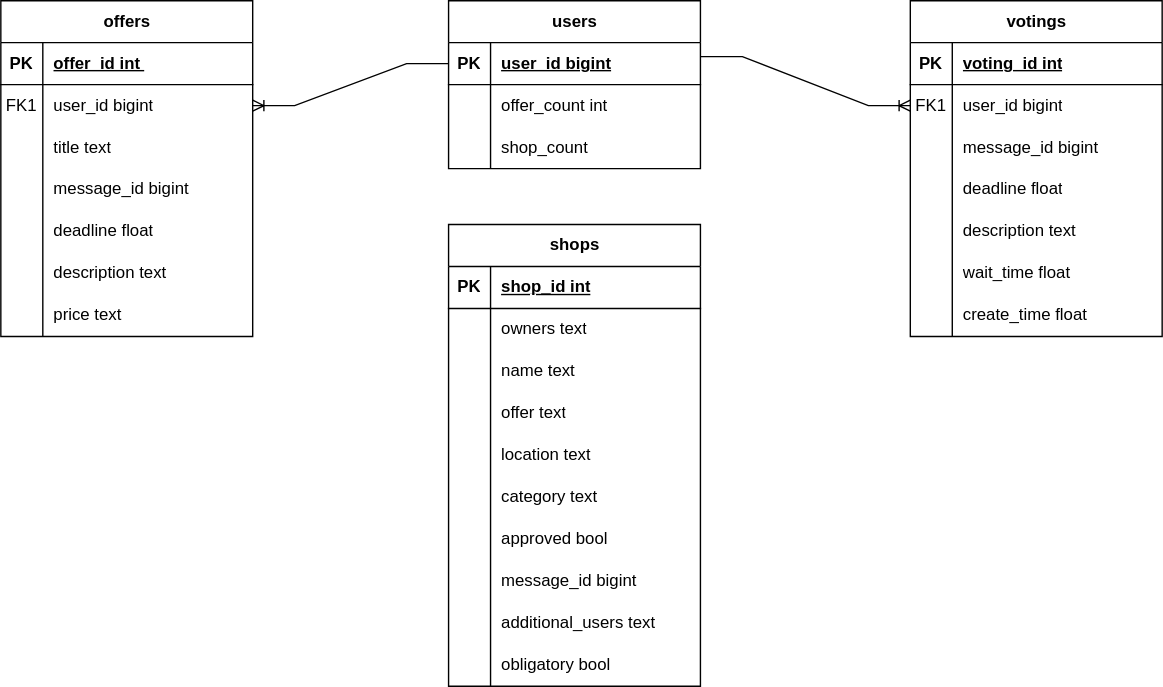
The draw.io diagram docs/ER_Community_Helper.svg in FGBxRamel/Tesserania-Handelsbot, before a commit. Source tidied: cells renumbered, new cells last; positions are measured from the earlier drawing's top-left corner, leaving out a move shared by most shapes.
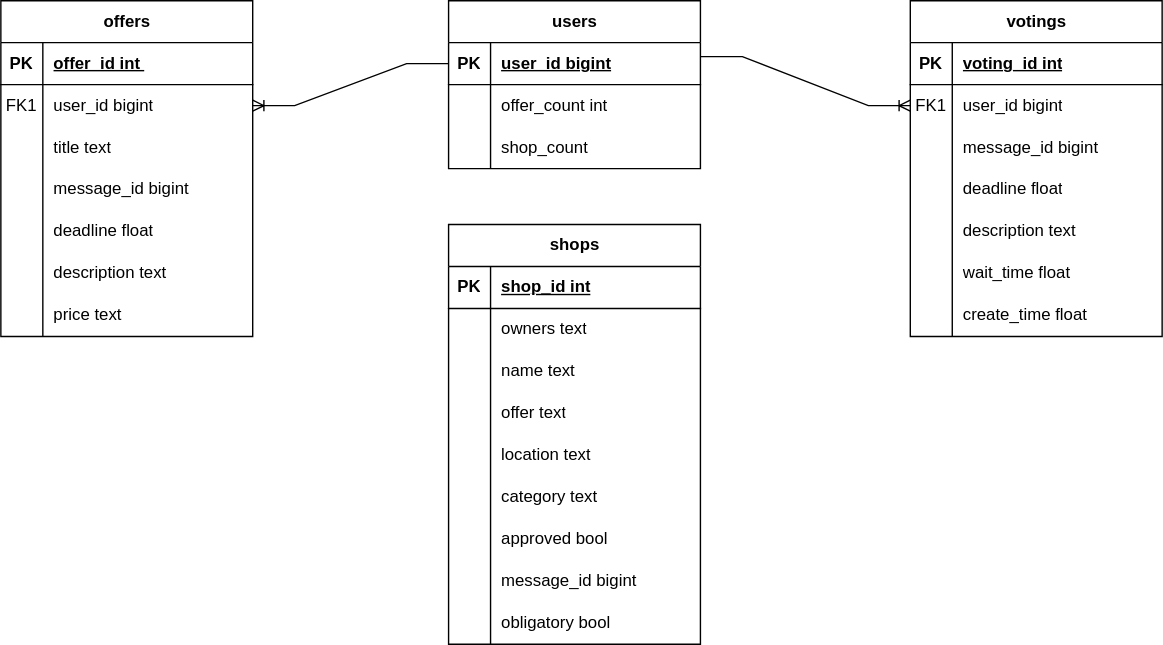
The same diagram one commit later.

Diff of the diagram source:
```diff
@@ -105,13 +105,13 @@
         </Array>
       </mxGeometry>
     </mxCell>
-    <mxCell id="35" style="edgeStyle=entityRelationEdgeStyle;fontSize=12;html=1;endArrow=ERoneToMany;rounded=0;entryX=0;entryY=0.5;entryDx=0;entryDy=0;" parent="1" edge="1" target="71">
+    <mxCell id="35" style="edgeStyle=entityRelationEdgeStyle;fontSize=12;html=1;endArrow=ERoneToMany;rounded=0;entryX=0;entryY=0.5;entryDx=0;entryDy=0;" parent="1" edge="1" target="68">
       <mxGeometry relative="1" as="geometry">
         <mxPoint x="500" y="40" as="sourcePoint" />
       </mxGeometry>
     </mxCell>
     <mxCell id="36" value="shops" style="shape=table;startSize=30;rowLines=0;fontStyle=1;align=center;html=1;" parent="1" vertex="1">
-      <mxGeometry x="320" y="160" width="180" height="330" as="geometry" />
+      <mxGeometry x="320" y="160" width="180" height="300" as="geometry" />
     </mxCell>
     <mxCell id="37" style="shape=tableRow;horizontal=0;startSize=0;swimlaneHead=0;swimlaneBody=0;fillColor=none;top=0;left=0;right=0;bottom=1;" parent="36" vertex="1">
       <mxGeometry y="30" width="180" height="30" as="geometry" />
@@ -191,83 +191,74 @@
     <mxCell id="62" style="shape=partialRectangle;fillColor=none;top=0;left=0;bottom=0;right=0;overflow=hidden;whiteSpace=wrap;html=1;" parent="61" vertex="1">
       <mxGeometry width="30" height="30" as="geometry" />
     </mxCell>
-    <mxCell id="63" value="additional_users text" style="shape=partialRectangle;fillColor=none;top=0;left=0;bottom=0;right=0;align=left;spacingLeft=6;overflow=hidden;whiteSpace=wrap;html=1;" parent="61" vertex="1">
+    <mxCell id="63" value="obligatory bool" style="shape=partialRectangle;fillColor=none;top=0;left=0;bottom=0;right=0;align=left;spacingLeft=6;overflow=hidden;whiteSpace=wrap;html=1;" parent="61" vertex="1">
       <mxGeometry x="30" width="150" height="30" as="geometry" />
     </mxCell>
-    <mxCell id="64" style="shape=tableRow;horizontal=0;startSize=0;swimlaneHead=0;swimlaneBody=0;fillColor=none;top=0;left=0;right=0;bottom=0;" parent="36" vertex="1">
-      <mxGeometry y="300" width="180" height="30" as="geometry" />
+    <mxCell id="64" value="votings" style="shape=table;startSize=30;rowLines=0;fontStyle=1;align=center;html=1;" parent="1" vertex="1">
+      <mxGeometry x="650" width="180" height="240" as="geometry" />
     </mxCell>
-    <mxCell id="65" style="shape=partialRectangle;fillColor=none;top=0;left=0;bottom=0;right=0;overflow=hidden;whiteSpace=wrap;html=1;" parent="64" vertex="1">
-      <mxGeometry width="30" height="30" as="geometry" />
+    <mxCell id="65" style="shape=tableRow;horizontal=0;startSize=0;swimlaneHead=0;swimlaneBody=0;fillColor=none;top=0;left=0;right=0;bottom=1;" parent="64" vertex="1">
+      <mxGeometry y="30" width="180" height="30" as="geometry" />
     </mxCell>
-    <mxCell id="66" value="obligatory bool" style="shape=partialRectangle;fillColor=none;top=0;left=0;bottom=0;right=0;align=left;spacingLeft=6;overflow=hidden;whiteSpace=wrap;html=1;" parent="64" vertex="1">
-      <mxGeometry x="30" width="150" height="30" as="geometry" />
+    <mxCell id="66" value="PK" style="shape=partialRectangle;fillColor=none;top=0;left=0;bottom=0;right=0;fontStyle=1;overflow=hidden;whiteSpace=wrap;html=1;" parent="65" vertex="1">
+      <mxGeometry width="30" height="30" as="geometry" />
     </mxCell>
-    <mxCell id="67" value="votings" style="shape=table;startSize=30;rowLines=0;fontStyle=1;align=center;html=1;" parent="1" vertex="1">
-      <mxGeometry x="650" width="180" height="240" as="geometry" />
+    <mxCell id="67" value="voting_id int" style="shape=partialRectangle;fillColor=none;top=0;left=0;bottom=0;right=0;align=left;spacingLeft=6;fontStyle=5;overflow=hidden;whiteSpace=wrap;html=1;" parent="65" vertex="1">
+      <mxGeometry x="30" width="150" height="30" as="geometry" />
     </mxCell>
-    <mxCell id="68" style="shape=tableRow;horizontal=0;startSize=0;swimlaneHead=0;swimlaneBody=0;fillColor=none;points=[[0,0.5],[1,0.5]];portConstraint=eastwest;top=0;left=0;right=0;bottom=1;" parent="67" vertex="1">
-      <mxGeometry y="30" width="180" height="30" as="geometry" />
+    <mxCell id="68" style="shape=tableRow;horizontal=0;startSize=0;swimlaneHead=0;swimlaneBody=0;fillColor=none;points=[[0,0.5],[1,0.5]];portConstraint=eastwest;top=0;left=0;right=0;bottom=0;" parent="64" vertex="1">
+      <mxGeometry y="60" width="180" height="30" as="geometry" />
     </mxCell>
-    <mxCell id="69" value="PK" style="shape=partialRectangle;fillColor=none;top=0;left=0;bottom=0;right=0;fontStyle=1;overflow=hidden;whiteSpace=wrap;html=1;" parent="68" vertex="1">
+    <mxCell id="69" value="FK1" style="shape=partialRectangle;fillColor=none;top=0;left=0;bottom=0;right=0;overflow=hidden;whiteSpace=wrap;html=1;" parent="68" vertex="1">
       <mxGeometry width="30" height="30" as="geometry" />
     </mxCell>
-    <mxCell id="70" value="voting_id int" style="shape=partialRectangle;fillColor=none;top=0;left=0;bottom=0;right=0;align=left;spacingLeft=6;fontStyle=5;overflow=hidden;whiteSpace=wrap;html=1;" parent="68" vertex="1">
+    <mxCell id="70" value="user_id bigint" style="shape=partialRectangle;fillColor=none;top=0;left=0;bottom=0;right=0;align=left;spacingLeft=6;overflow=hidden;whiteSpace=wrap;html=1;" parent="68" vertex="1">
       <mxGeometry x="30" width="150" height="30" as="geometry" />
     </mxCell>
-    <mxCell id="71" style="shape=tableRow;horizontal=0;startSize=0;swimlaneHead=0;swimlaneBody=0;fillColor=none;points=[[0,0.5],[1,0.5]];portConstraint=eastwest;top=0;left=0;right=0;bottom=0;" parent="67" vertex="1">
-      <mxGeometry y="60" width="180" height="30" as="geometry" />
+    <mxCell id="71" style="shape=tableRow;horizontal=0;startSize=0;swimlaneHead=0;swimlaneBody=0;fillColor=none;points=[[0,0.5],[1,0.5]];portConstraint=eastwest;top=0;left=0;right=0;bottom=0;" parent="64" vertex="1">
+      <mxGeometry y="90" width="180" height="30" as="geometry" />
     </mxCell>
-    <mxCell id="72" value="FK1" style="shape=partialRectangle;fillColor=none;top=0;left=0;bottom=0;right=0;overflow=hidden;whiteSpace=wrap;html=1;" parent="71" vertex="1">
+    <mxCell id="72" style="shape=partialRectangle;fillColor=none;top=0;left=0;bottom=0;right=0;overflow=hidden;whiteSpace=wrap;html=1;" parent="71" vertex="1">
       <mxGeometry width="30" height="30" as="geometry" />
     </mxCell>
-    <mxCell id="73" value="user_id bigint" style="shape=partialRectangle;fillColor=none;top=0;left=0;bottom=0;right=0;align=left;spacingLeft=6;overflow=hidden;whiteSpace=wrap;html=1;" parent="71" vertex="1">
+    <mxCell id="73" value="message_id bigint" style="shape=partialRectangle;fillColor=none;top=0;left=0;bottom=0;right=0;align=left;spacingLeft=6;overflow=hidden;whiteSpace=wrap;html=1;" parent="71" vertex="1">
       <mxGeometry x="30" width="150" height="30" as="geometry" />
     </mxCell>
-    <mxCell id="74" style="shape=tableRow;horizontal=0;startSize=0;swimlaneHead=0;swimlaneBody=0;fillColor=none;top=0;left=0;right=0;bottom=0;" parent="67" vertex="1">
-      <mxGeometry y="90" width="180" height="30" as="geometry" />
+    <mxCell id="74" style="shape=tableRow;horizontal=0;startSize=0;swimlaneHead=0;swimlaneBody=0;fillColor=none;top=0;left=0;right=0;bottom=0;" parent="64" vertex="1">
+      <mxGeometry y="120" width="180" height="30" as="geometry" />
     </mxCell>
     <mxCell id="75" style="shape=partialRectangle;fillColor=none;top=0;left=0;bottom=0;right=0;overflow=hidden;whiteSpace=wrap;html=1;" parent="74" vertex="1">
       <mxGeometry width="30" height="30" as="geometry" />
     </mxCell>
-    <mxCell id="76" value="message_id bigint" style="shape=partialRectangle;fillColor=none;top=0;left=0;bottom=0;right=0;align=left;spacingLeft=6;overflow=hidden;whiteSpace=wrap;html=1;" parent="74" vertex="1">
+    <mxCell id="76" value="deadline float" style="shape=partialRectangle;fillColor=none;top=0;left=0;bottom=0;right=0;align=left;spacingLeft=6;overflow=hidden;whiteSpace=wrap;html=1;" parent="74" vertex="1">
       <mxGeometry x="30" width="150" height="30" as="geometry" />
     </mxCell>
-    <mxCell id="77" style="shape=tableRow;horizontal=0;startSize=0;swimlaneHead=0;swimlaneBody=0;fillColor=none;top=0;left=0;right=0;bottom=0;" parent="67" vertex="1">
-      <mxGeometry y="120" width="180" height="30" as="geometry" />
+    <mxCell id="77" style="shape=tableRow;horizontal=0;startSize=0;swimlaneHead=0;swimlaneBody=0;fillColor=none;top=0;left=0;right=0;bottom=0;" parent="64" vertex="1">
+      <mxGeometry y="150" width="180" height="30" as="geometry" />
     </mxCell>
     <mxCell id="78" style="shape=partialRectangle;fillColor=none;top=0;left=0;bottom=0;right=0;overflow=hidden;whiteSpace=wrap;html=1;" parent="77" vertex="1">
       <mxGeometry width="30" height="30" as="geometry" />
     </mxCell>
-    <mxCell id="79" value="deadline float" style="shape=partialRectangle;fillColor=none;top=0;left=0;bottom=0;right=0;align=left;spacingLeft=6;overflow=hidden;whiteSpace=wrap;html=1;" parent="77" vertex="1">
+    <mxCell id="79" value="description text&amp;nbsp;" style="shape=partialRectangle;fillColor=none;top=0;left=0;bottom=0;right=0;align=left;spacingLeft=6;overflow=hidden;whiteSpace=wrap;html=1;" parent="77" vertex="1">
       <mxGeometry x="30" width="150" height="30" as="geometry" />
     </mxCell>
-    <mxCell id="80" style="shape=tableRow;horizontal=0;startSize=0;swimlaneHead=0;swimlaneBody=0;fillColor=none;top=0;left=0;right=0;bottom=0;" parent="67" vertex="1">
-      <mxGeometry y="150" width="180" height="30" as="geometry" />
+    <mxCell id="80" style="shape=tableRow;horizontal=0;startSize=0;swimlaneHead=0;swimlaneBody=0;fillColor=none;top=0;left=0;right=0;bottom=0;" parent="64" vertex="1">
+      <mxGeometry y="180" width="180" height="30" as="geometry" />
     </mxCell>
     <mxCell id="81" style="shape=partialRectangle;fillColor=none;top=0;left=0;bottom=0;right=0;overflow=hidden;whiteSpace=wrap;html=1;" parent="80" vertex="1">
       <mxGeometry width="30" height="30" as="geometry" />
     </mxCell>
-    <mxCell id="82" value="description text&amp;nbsp;" style="shape=partialRectangle;fillColor=none;top=0;left=0;bottom=0;right=0;align=left;spacingLeft=6;overflow=hidden;whiteSpace=wrap;html=1;" parent="80" vertex="1">
+    <mxCell id="82" value="wait_time float" style="shape=partialRectangle;fillColor=none;top=0;left=0;bottom=0;right=0;align=left;spacingLeft=6;overflow=hidden;whiteSpace=wrap;html=1;" parent="80" vertex="1">
       <mxGeometry x="30" width="150" height="30" as="geometry" />
     </mxCell>
-    <mxCell id="83" style="shape=tableRow;horizontal=0;startSize=0;swimlaneHead=0;swimlaneBody=0;fillColor=none;top=0;left=0;right=0;bottom=0;" parent="67" vertex="1">
-      <mxGeometry y="180" width="180" height="30" as="geometry" />
+    <mxCell id="83" style="shape=tableRow;horizontal=0;startSize=0;swimlaneHead=0;swimlaneBody=0;fillColor=none;top=0;left=0;right=0;bottom=0;" parent="64" vertex="1">
+      <mxGeometry y="210" width="180" height="30" as="geometry" />
     </mxCell>
     <mxCell id="84" style="shape=partialRectangle;fillColor=none;top=0;left=0;bottom=0;right=0;overflow=hidden;whiteSpace=wrap;html=1;" parent="83" vertex="1">
       <mxGeometry width="30" height="30" as="geometry" />
     </mxCell>
-    <mxCell id="85" value="wait_time float" style="shape=partialRectangle;fillColor=none;top=0;left=0;bottom=0;right=0;align=left;spacingLeft=6;overflow=hidden;whiteSpace=wrap;html=1;" parent="83" vertex="1">
+    <mxCell id="85" value="create_time float" style="shape=partialRectangle;fillColor=none;top=0;left=0;bottom=0;right=0;align=left;spacingLeft=6;overflow=hidden;whiteSpace=wrap;html=1;" parent="83" vertex="1">
       <mxGeometry x="30" width="150" height="30" as="geometry" />
     </mxCell>
-    <mxCell id="86" style="shape=tableRow;horizontal=0;startSize=0;swimlaneHead=0;swimlaneBody=0;fillColor=none;top=0;left=0;right=0;bottom=0;" parent="67" vertex="1">
-      <mxGeometry y="210" width="180" height="30" as="geometry" />
-    </mxCell>
-    <mxCell id="87" style="shape=partialRectangle;fillColor=none;top=0;left=0;bottom=0;right=0;overflow=hidden;whiteSpace=wrap;html=1;" parent="86" vertex="1">
-      <mxGeometry width="30" height="30" as="geometry" />
-    </mxCell>
-    <mxCell id="88" value="create_time float" style="shape=partialRectangle;fillColor=none;top=0;left=0;bottom=0;right=0;align=left;spacingLeft=6;overflow=hidden;whiteSpace=wrap;html=1;" parent="86" vertex="1">
-      <mxGeometry x="30" width="150" height="30" as="geometry" />
-    </mxCell>
   </root>
 </mxGraphModel>
```
